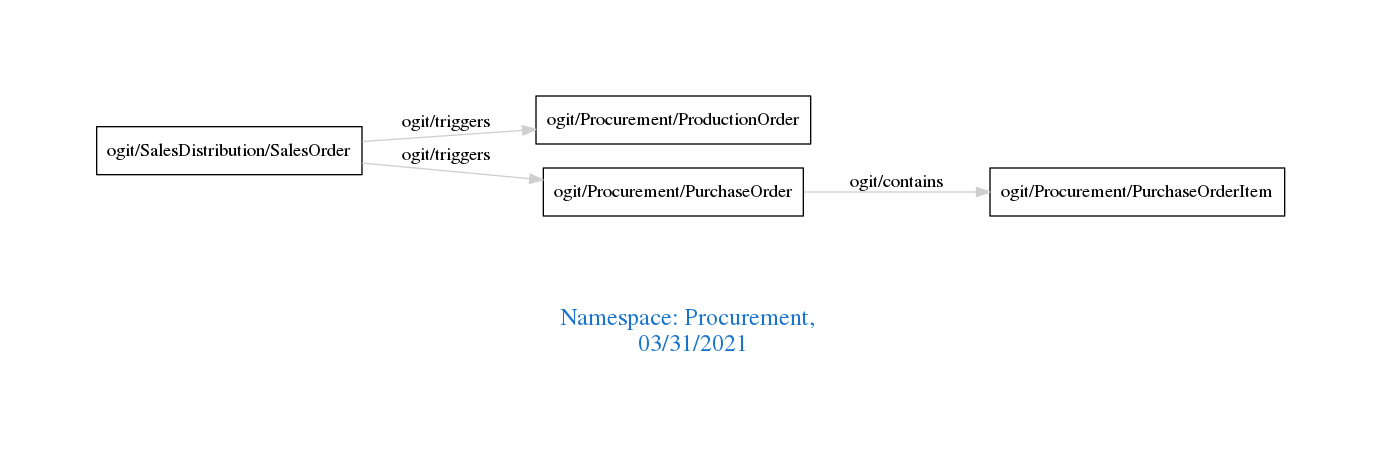
arago/OGIT keeps this Graphviz diagram as downloads/Procurement.png. Above is the earlier version. Its source is kept beside it as downloads/Procurement.dot.
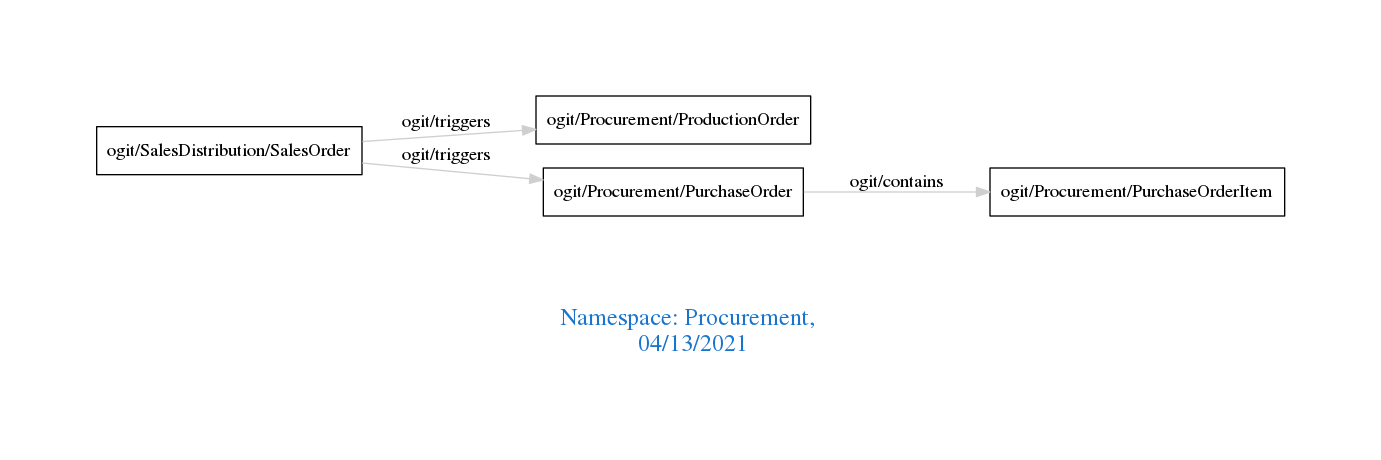
After the change.

Change to the diagram source:
```diff
@@ -1,7 +1,7 @@
 digraph OGIT_ontology {
  graph [ rankdir= LR,pad=1
 fontsize = 18,
-fontcolor= dodgerblue3,label = "\n\n\nNamespace: Procurement, \n 03/31/2021"];
+fontcolor= dodgerblue3,label = "\n\n\nNamespace: Procurement, \n 04/13/2021"];
 node[shape=polygon];
 edge [  color="gray81"];
 
```
